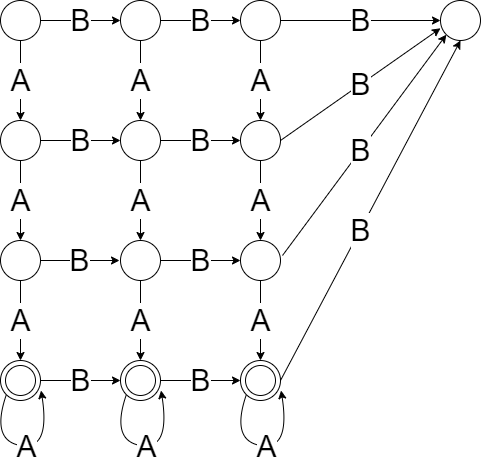
Above: FL_2.png in kajigor/fl-2021-hse-win (draw.io), before the change. Source tidied: cells renumbered, new cells last; positions are measured from the earlier drawing's top-left corner, leaving out a move shared by most shapes.
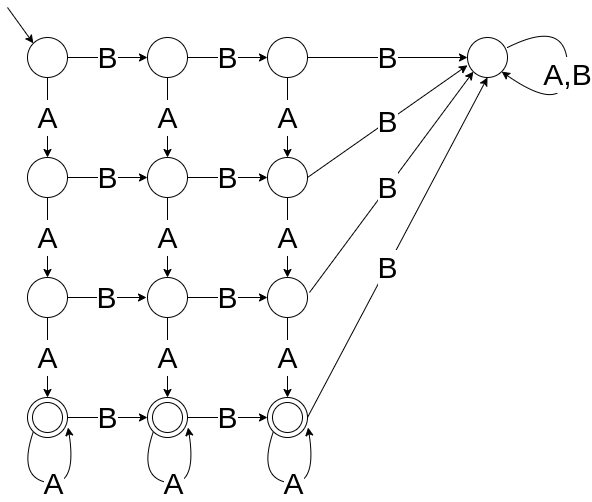
Later version of the same file.

The edit, as a diff of the source:
```diff
@@ -151,5 +151,20 @@
     <mxCell id="41" style="ellipse;whiteSpace=wrap;html=1;" parent="1" vertex="1">
       <mxGeometry x="255" y="365" width="30" height="30" as="geometry" />
     </mxCell>
+    <mxCell id="42" value="&lt;span style=&quot;font-size: 30px&quot;&gt;A,B&lt;/span&gt;" style="curved=1;endArrow=classic;html=1;entryX=1;entryY=1;entryDx=0;entryDy=0;" parent="1" edge="1">
+      <mxGeometry relative="1" as="geometry">
+        <mxPoint x="490" y="10" as="sourcePoint" />
+        <mxPoint x="484.1" y="34.1" as="targetPoint" />
+        <Array as="points">
+          <mxPoint x="550" y="-20" />
+          <mxPoint x="550" y="80" />
+        </Array>
+      </mxGeometry>
+    </mxCell>
+    <mxCell id="43" style="endArrow=classic;html=1;entryX=0;entryY=0;entryDx=0;entryDy=0;" parent="1" edge="1" target="4">
+      <mxGeometry relative="1" as="geometry">
+        <mxPoint x="-10" y="-30" as="sourcePoint" />
+      </mxGeometry>
+    </mxCell>
   </root>
 </mxGraphModel>
```
